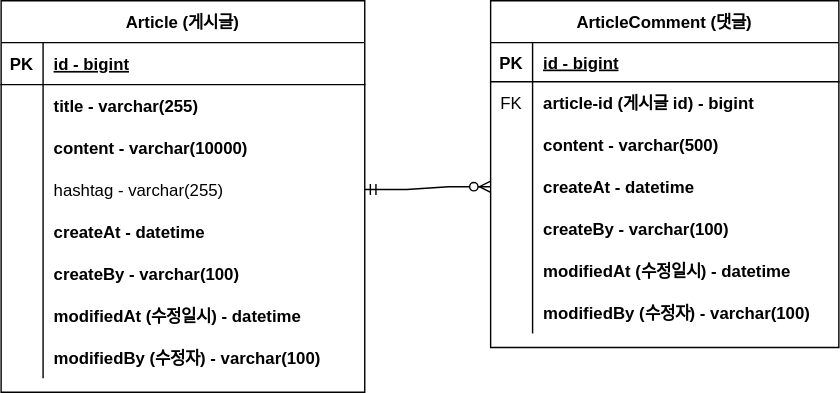
sandropark/fastcampus-project-board keeps this draw.io diagram as document/project-board-erd.svg. Above is the earlier version. Source tidied: cells renumbered, new cells last; positions are measured from the earlier drawing's top-left corner, leaving out a move shared by most shapes.
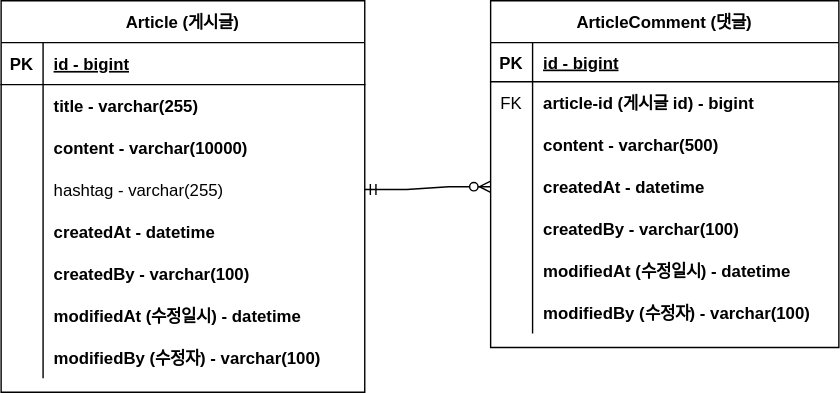
Above is the later version.

Commit message:
#12 - erd 업데이트 : 오타 수정

What changed in the source:
```diff
@@ -47,7 +47,7 @@
     <mxCell id="16" style="shape=partialRectangle;overflow=hidden;fillColor=none;top=0;left=0;bottom=0;right=0;" parent="15" vertex="1">
       <mxGeometry width="30" height="30" as="geometry" />
     </mxCell>
-    <mxCell id="17" value="createAt - datetime" style="shape=partialRectangle;overflow=hidden;fillColor=none;top=0;left=0;bottom=0;right=0;align=left;spacingLeft=6;fontStyle=1;" parent="15" vertex="1">
+    <mxCell id="17" value="createdAt - datetime" style="shape=partialRectangle;overflow=hidden;fillColor=none;top=0;left=0;bottom=0;right=0;align=left;spacingLeft=6;fontStyle=1;" parent="15" vertex="1">
       <mxGeometry x="30" width="230" height="30" as="geometry" />
     </mxCell>
     <mxCell id="18" style="shape=partialRectangle;fillColor=none;top=0;left=0;right=0;bottom=0;" parent="2" vertex="1">
@@ -56,7 +56,7 @@
     <mxCell id="19" style="shape=partialRectangle;overflow=hidden;fillColor=none;top=0;left=0;bottom=0;right=0;" parent="18" vertex="1">
       <mxGeometry width="30" height="30" as="geometry" />
     </mxCell>
-    <mxCell id="20" value="createBy - varchar(100)" style="shape=partialRectangle;overflow=hidden;fillColor=none;top=0;left=0;bottom=0;right=0;align=left;spacingLeft=6;fontStyle=1;" parent="18" vertex="1">
+    <mxCell id="20" value="createdBy - varchar(100)" style="shape=partialRectangle;overflow=hidden;fillColor=none;top=0;left=0;bottom=0;right=0;align=left;spacingLeft=6;fontStyle=1;" parent="18" vertex="1">
       <mxGeometry x="30" width="230" height="30" as="geometry" />
     </mxCell>
     <mxCell id="21" style="shape=partialRectangle;fillColor=none;top=0;left=0;right=0;bottom=0;" parent="2" vertex="1">
@@ -113,7 +113,7 @@
     <mxCell id="38" style="shape=partialRectangle;overflow=hidden;fillColor=none;top=0;left=0;bottom=0;right=0;" parent="37" vertex="1">
       <mxGeometry width="30" height="30" as="geometry" />
     </mxCell>
-    <mxCell id="39" value="createAt - datetime" style="shape=partialRectangle;overflow=hidden;fillColor=none;top=0;left=0;bottom=0;right=0;align=left;spacingLeft=6;fontStyle=1;" parent="37" vertex="1">
+    <mxCell id="39" value="createdAt - datetime" style="shape=partialRectangle;overflow=hidden;fillColor=none;top=0;left=0;bottom=0;right=0;align=left;spacingLeft=6;fontStyle=1;" parent="37" vertex="1">
       <mxGeometry x="30" width="219" height="30" as="geometry" />
     </mxCell>
     <mxCell id="40" style="shape=partialRectangle;fillColor=none;top=0;left=0;right=0;bottom=0;" parent="27" vertex="1">
@@ -122,7 +122,7 @@
     <mxCell id="41" style="shape=partialRectangle;overflow=hidden;fillColor=none;top=0;left=0;bottom=0;right=0;" parent="40" vertex="1">
       <mxGeometry width="30" height="30" as="geometry" />
     </mxCell>
-    <mxCell id="42" value="createBy - varchar(100)" style="shape=partialRectangle;overflow=hidden;fillColor=none;top=0;left=0;bottom=0;right=0;align=left;spacingLeft=6;fontStyle=1;" parent="40" vertex="1">
+    <mxCell id="42" value="createdBy - varchar(100)" style="shape=partialRectangle;overflow=hidden;fillColor=none;top=0;left=0;bottom=0;right=0;align=left;spacingLeft=6;fontStyle=1;" parent="40" vertex="1">
       <mxGeometry x="30" width="219" height="30" as="geometry" />
     </mxCell>
     <mxCell id="43" style="shape=partialRectangle;fillColor=none;top=0;left=0;right=0;bottom=0;" parent="27" vertex="1">
```
